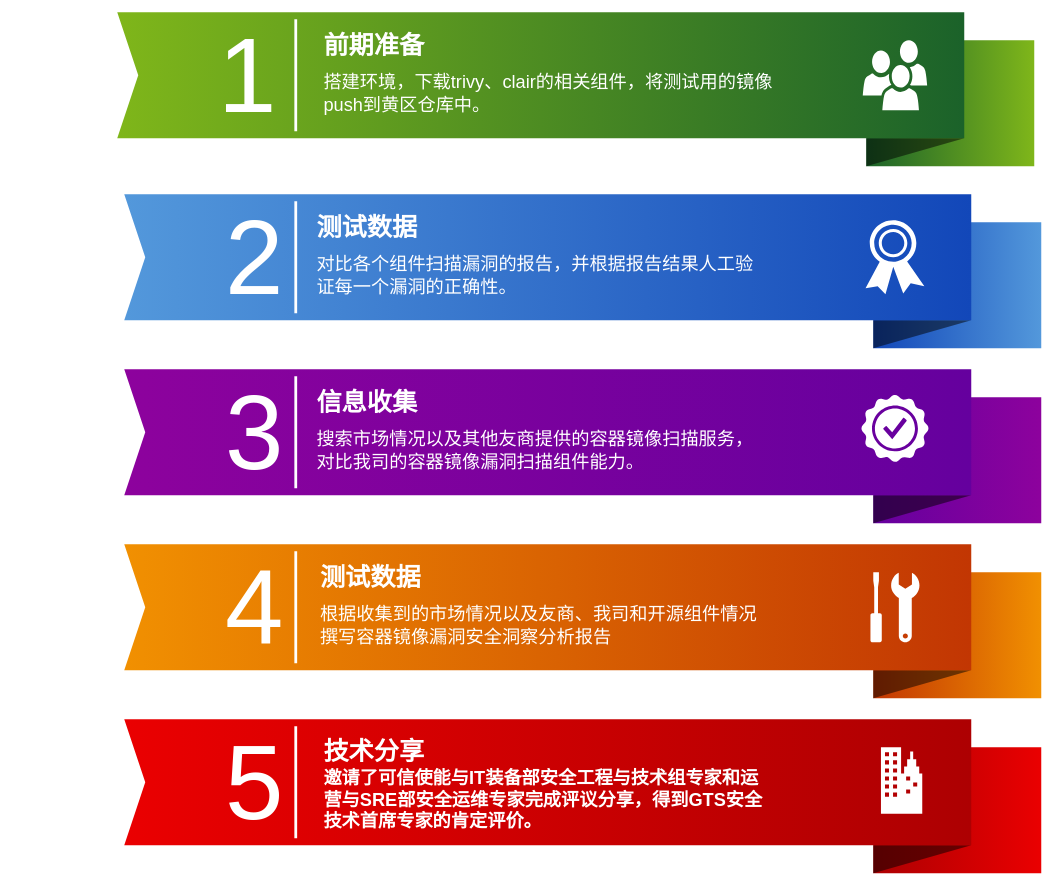
The draw.io diagram 未命名绘图.drawio in YunZh1Jun/tmp, before the edit. Source tidied: cells renumbered, new cells numbered last; positions are measured from the earlier drawing's top-left corner, leaving out a move shared by most shapes. Both pictures are drawn from the tidied source at 70%, with x=0, y=0 at pixel (117, 12).
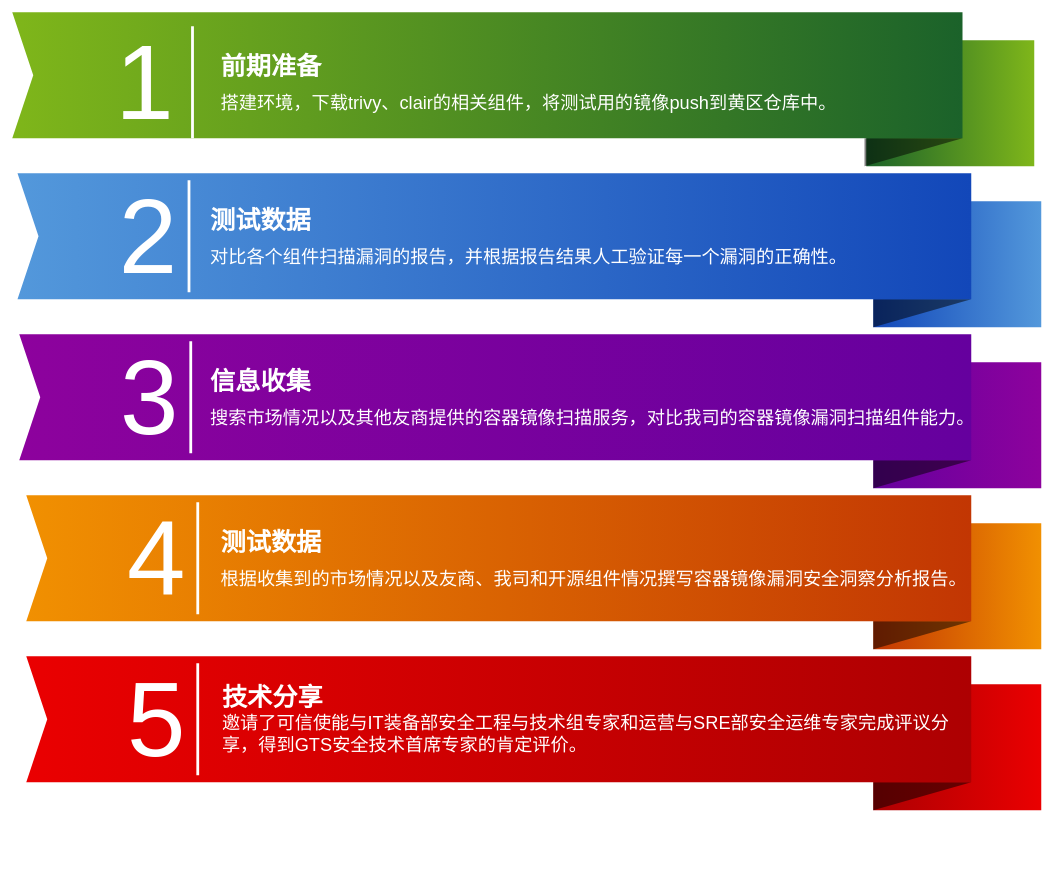
The same diagram, later.

Commit message (it also covers changes not shown here):
更新未命名绘图.drawio

Change to the diagram source:
```diff
@@
     <mxCell id="3" style="verticalLabelPosition=bottom;verticalAlign=top;html=1;strokeWidth=1;shape=mxgraph.basic.orthogonal_triangle;rounded=0;shadow=0;dashed=0;fontFamily=Tahoma;fontSize=10;fontColor=#FFFFFF;flipV=1;fillColor=#000000;strokeColor=none;opacity=50;" parent="1" vertex="1">
-      <mxGeometry x="1070" y="180" width="140" height="40" as="geometry" />
+      <mxGeometry x="1067.5" y="180" width="140" height="40" as="geometry" />
     </mxCell>
     <mxCell id="4" style="whiteSpace=wrap;html=1;rounded=0;shadow=0;dashed=0;strokeWidth=1;fontFamily=Tahoma;fontSize=10;fontColor=#FFFFFF;strokeColor=none;fillColor=#5398DB;gradientColor=#1247B9;gradientDirection=west;" parent="1" vertex="1">
-      <mxGeometry x="1080" y="300" width="240" height="180" as="geometry" />
+      <mxGeometry x="1080" y="270" width="240" height="180" as="geometry" />
     </mxCell>
     <mxCell id="5" style="verticalLabelPosition=bottom;verticalAlign=top;html=1;strokeWidth=1;shape=mxgraph.basic.orthogonal_triangle;rounded=0;shadow=0;dashed=0;fontFamily=Tahoma;fontSize=10;fontColor=#FFFFFF;flipV=1;fillColor=#000000;strokeColor=none;opacity=50;" parent="1" vertex="1">
-      <mxGeometry x="1080" y="440" width="140" height="40" as="geometry" />
+      <mxGeometry x="1080" y="410" width="140" height="40" as="geometry" />
     </mxCell>
     <mxCell id="6" style="whiteSpace=wrap;html=1;rounded=0;shadow=0;dashed=0;strokeWidth=1;fontFamily=Tahoma;fontSize=10;fontColor=#FFFFFF;strokeColor=none;fillColor=#8D029D;gradientColor=#65009E;gradientDirection=west;" parent="1" vertex="1">
-      <mxGeometry x="1080" y="550" width="240" height="180" as="geometry" />
+      <mxGeometry x="1080" y="500" width="240" height="180" as="geometry" />
     </mxCell>
     <mxCell id="7" style="verticalLabelPosition=bottom;verticalAlign=top;html=1;strokeWidth=1;shape=mxgraph.basic.orthogonal_triangle;rounded=0;shadow=0;dashed=0;fontFamily=Tahoma;fontSize=10;fontColor=#FFFFFF;flipV=1;fillColor=#000000;strokeColor=none;opacity=50;" parent="1" vertex="1">
-      <mxGeometry x="1080" y="690" width="140" height="40" as="geometry" />
+      <mxGeometry x="1080" y="640" width="140" height="40" as="geometry" />
     </mxCell>
     <mxCell id="8" style="whiteSpace=wrap;html=1;rounded=0;shadow=0;dashed=0;strokeWidth=1;fontFamily=Tahoma;fontSize=10;fontColor=#FFFFFF;strokeColor=none;fillColor=#F19001;gradientColor=#C23603;gradientDirection=west;" parent="1" vertex="1">
-      <mxGeometry x="1080" y="800" width="240" height="180" as="geometry" />
+      <mxGeometry x="1080" y="730" width="240" height="180" as="geometry" />
     </mxCell>
     <mxCell id="9" style="verticalLabelPosition=bottom;verticalAlign=top;html=1;strokeWidth=1;shape=mxgraph.basic.orthogonal_triangle;rounded=0;shadow=0;dashed=0;fontFamily=Tahoma;fontSize=10;fontColor=#FFFFFF;flipV=1;fillColor=#000000;strokeColor=none;opacity=50;" parent="1" vertex="1">
-      <mxGeometry x="1080" y="940" width="140" height="40" as="geometry" />
+      <mxGeometry x="1080" y="870" width="140" height="40" as="geometry" />
     </mxCell>
     <mxCell id="10" style="whiteSpace=wrap;html=1;rounded=0;shadow=0;dashed=0;strokeWidth=1;fontFamily=Tahoma;fontSize=10;fontColor=#FFFFFF;strokeColor=none;fillColor=#EA0001;gradientColor=#AD0002;gradientDirection=west;" parent="1" vertex="1">
-      <mxGeometry x="1080" y="1050" width="240" height="180" as="geometry" />
+      <mxGeometry x="1080" y="960" width="240" height="180" as="geometry" />
     </mxCell>
     <mxCell id="11" style="verticalLabelPosition=bottom;verticalAlign=top;html=1;strokeWidth=1;shape=mxgraph.basic.orthogonal_triangle;rounded=0;shadow=0;dashed=0;fontFamily=Tahoma;fontSize=10;fontColor=#FFFFFF;flipV=1;fillColor=#000000;strokeColor=none;opacity=50;" parent="1" vertex="1">
-      <mxGeometry x="1080" y="1190" width="140" height="40" as="geometry" />
+      <mxGeometry x="1080" y="1100" width="140" height="40" as="geometry" />
     </mxCell>
     <mxCell id="12" style="html=1;shadow=0;dashed=0;align=center;verticalAlign=middle;shape=mxgraph.arrows2.arrow;dy=0;dx=0;notch=30;rounded=0;strokeColor=none;strokeWidth=1;fillColor=#7FB61A;fontFamily=Tahoma;fontSize=10;fontColor=#FFFFFF;gradientColor=#1B622A;gradientDirection=east;" parent="1" vertex="1">
-      <mxGeometry width="1210" height="180" as="geometry" />
+      <mxGeometry x="-150" width="1357.5" height="180" as="geometry" />
     </mxCell>
     <mxCell id="13" style="html=1;shadow=0;dashed=0;align=center;verticalAlign=middle;shape=mxgraph.arrows2.arrow;dy=0;dx=0;notch=30;rounded=0;strokeColor=none;strokeWidth=1;fillColor=#5398DB;fontFamily=Tahoma;fontSize=10;fontColor=#FFFFFF;gradientColor=#1247B9;gradientDirection=east;" parent="1" vertex="1">
-      <mxGeometry x="10" y="260" width="1210" height="180" as="geometry" />
+      <mxGeometry x="-142.5" y="230" width="1362.5" height="180" as="geometry" />
     </mxCell>
     <mxCell id="14" style="html=1;shadow=0;dashed=0;align=center;verticalAlign=middle;shape=mxgraph.arrows2.arrow;dy=0;dx=0;notch=30;rounded=0;strokeColor=none;strokeWidth=1;fillColor=#8D029D;fontFamily=Tahoma;fontSize=10;fontColor=#FFFFFF;gradientColor=#65009E;gradientDirection=east;" parent="1" vertex="1">
-      <mxGeometry x="10" y="510" width="1210" height="180" as="geometry" />
+      <mxGeometry x="-140" y="460" width="1360" height="180" as="geometry" />
     </mxCell>
     <mxCell id="15" style="html=1;shadow=0;dashed=0;align=center;verticalAlign=middle;shape=mxgraph.arrows2.arrow;dy=0;dx=0;notch=30;rounded=0;strokeColor=none;strokeWidth=1;fillColor=#F19001;fontFamily=Tahoma;fontSize=10;fontColor=#FFFFFF;gradientColor=#C23603;gradientDirection=east;" parent="1" vertex="1">
-      <mxGeometry x="10" y="760" width="1210" height="180" as="geometry" />
+      <mxGeometry x="-130" y="690" width="1350" height="180" as="geometry" />
     </mxCell>
     <mxCell id="16" style="html=1;shadow=0;dashed=0;align=center;verticalAlign=middle;shape=mxgraph.arrows2.arrow;dy=0;dx=0;notch=30;rounded=0;strokeColor=none;strokeWidth=1;fillColor=#EA0001;fontFamily=Tahoma;fontSize=10;fontColor=#FFFFFF;gradientColor=#AD0002;gradientDirection=east;" parent="1" vertex="1">
-      <mxGeometry x="10" y="1010" width="1210" height="180" as="geometry" />
+      <mxGeometry x="-130" y="920" width="1350" height="180" as="geometry" />
     </mxCell>
     <mxCell id="17" value="1" style="text;html=1;strokeColor=none;fillColor=none;align=right;verticalAlign=middle;whiteSpace=wrap;rounded=0;shadow=0;dashed=0;fontFamily=Helvetica;fontSize=150;fontColor=#FFFFFF;" parent="1" vertex="1">
-      <mxGeometry x="30" width="200" height="180" as="geometry" />
+      <mxGeometry x="-117.5" y="10" width="200" height="180" as="geometry" />
     </mxCell>
     <mxCell id="18" value="2" style="text;html=1;strokeColor=none;fillColor=none;align=right;verticalAlign=middle;whiteSpace=wrap;rounded=0;shadow=0;dashed=0;fontFamily=Helvetica;fontSize=150;fontColor=#FFFFFF;" parent="1" vertex="1">
-      <mxGeometry x="40" y="260" width="200" height="180" as="geometry" />
+      <mxGeometry x="-112.5" y="230" width="200" height="180" as="geometry" />
     </mxCell>
     <mxCell id="19" value="3" style="text;html=1;strokeColor=none;fillColor=none;align=right;verticalAlign=middle;whiteSpace=wrap;rounded=0;shadow=0;dashed=0;fontFamily=Helvetica;fontSize=150;fontColor=#FFFFFF;" parent="1" vertex="1">
-      <mxGeometry x="40" y="510" width="200" height="180" as="geometry" />
+      <mxGeometry x="-110" y="460" width="200" height="180" as="geometry" />
     </mxCell>
     <mxCell id="20" value="4" style="text;html=1;strokeColor=none;fillColor=none;align=right;verticalAlign=middle;whiteSpace=wrap;rounded=0;shadow=0;dashed=0;fontFamily=Helvetica;fontSize=150;fontColor=#FFFFFF;" parent="1" vertex="1">
-      <mxGeometry x="40" y="760" width="200" height="180" as="geometry" />
+      <mxGeometry x="-100" y="690" width="200" height="180" as="geometry" />
     </mxCell>
     <mxCell id="21" value="5" style="text;html=1;strokeColor=none;fillColor=none;align=right;verticalAlign=middle;whiteSpace=wrap;rounded=0;shadow=0;dashed=0;fontFamily=Helvetica;fontSize=150;fontColor=#FFFFFF;" parent="1" vertex="1">
-      <mxGeometry x="40" y="1010" width="200" height="180" as="geometry" />
+      <mxGeometry x="-100" y="920" width="200" height="180" as="geometry" />
     </mxCell>
     <mxCell id="22" style="line;strokeWidth=4;direction=south;html=1;rounded=0;shadow=0;dashed=0;fillColor=none;gradientColor=#AD0002;fontFamily=Helvetica;fontSize=150;fontColor=#FFFFFF;align=right;strokeColor=#FFFFFF;" parent="1" vertex="1">
-      <mxGeometry x="250" y="10" width="10" height="160" as="geometry" />
+      <mxGeometry x="102.5" y="20" width="10" height="160" as="geometry" />
     </mxCell>
     <mxCell id="23" style="line;strokeWidth=4;direction=south;html=1;rounded=0;shadow=0;dashed=0;fillColor=none;gradientColor=#AD0002;fontFamily=Helvetica;fontSize=150;fontColor=#FFFFFF;align=right;strokeColor=#FFFFFF;" parent="1" vertex="1">
-      <mxGeometry x="250" y="270" width="10" height="160" as="geometry" />
+      <mxGeometry x="97.5" y="240" width="10" height="160" as="geometry" />
     </mxCell>
     <mxCell id="24" style="line;strokeWidth=4;direction=south;html=1;rounded=0;shadow=0;dashed=0;fillColor=none;gradientColor=#AD0002;fontFamily=Helvetica;fontSize=150;fontColor=#FFFFFF;align=right;strokeColor=#FFFFFF;" parent="1" vertex="1">
-      <mxGeometry x="250" y="520" width="10" height="160" as="geometry" />
+      <mxGeometry x="100" y="470" width="10" height="160" as="geometry" />
     </mxCell>
     <mxCell id="25" style="line;strokeWidth=4;direction=south;html=1;rounded=0;shadow=0;dashed=0;fillColor=none;gradientColor=#AD0002;fontFamily=Helvetica;fontSize=150;fontColor=#FFFFFF;align=right;strokeColor=#FFFFFF;" parent="1" vertex="1">
-      <mxGeometry x="250" y="770" width="10" height="160" as="geometry" />
+      <mxGeometry x="110" y="700" width="10" height="160" as="geometry" />
     </mxCell>
     <mxCell id="26" style="line;strokeWidth=4;direction=south;html=1;rounded=0;shadow=0;dashed=0;fillColor=none;gradientColor=#AD0002;fontFamily=Helvetica;fontSize=150;fontColor=#FFFFFF;align=right;strokeColor=#FFFFFF;" parent="1" vertex="1">
-      <mxGeometry x="250" y="1020" width="10" height="160" as="geometry" />
+      <mxGeometry x="110" y="930" width="10" height="160" as="geometry" />
     </mxCell>
     <mxCell id="27" value="&lt;h1&gt;&lt;p style=&quot;margin-top: 0pt; margin-bottom: 0pt; margin-left: 0in; direction: ltr; unicode-bidi: embed; word-break: normal;&quot;&gt;&lt;font style=&quot;font-size: 36px;&quot;&gt;前期准备&lt;/font&gt;&lt;/p&gt;&lt;/h1&gt;&lt;p style=&quot;margin-top: 0pt; margin-bottom: 0pt; margin-left: 0in; direction: ltr; unicode-bidi: embed; word-break: normal; font-size: 26px;&quot;&gt;搭建环境，下载&lt;span style=&quot;font-family: 黑体;&quot;&gt;trivy&lt;/span&gt;&lt;span style=&quot;font-family: 黑体;&quot;&gt;、&lt;/span&gt;&lt;span style=&quot;font-family: 黑体;&quot;&gt;clair&lt;/span&gt;&lt;span style=&quot;font-family: 黑体;&quot;&gt;的相关组件，将测试用的镜像&lt;/span&gt;&lt;span style=&quot;font-family: 黑体;&quot;&gt;push&lt;/span&gt;&lt;span style=&quot;font-family: 黑体;&quot;&gt;到黄区仓库中。&lt;/span&gt;&lt;/p&gt;" style="text;html=1;strokeColor=none;fillColor=none;spacing=5;spacingTop=-20;whiteSpace=wrap;overflow=hidden;rounded=0;shadow=0;dashed=0;fontFamily=Helvetica;fontSize=12;fontColor=#FFFFFF;align=left;" parent="1" vertex="1">
-      <mxGeometry x="290" y="20" width="650" height="140" as="geometry" />
+      <mxGeometry x="142.5" y="50" width="937.5" height="140" as="geometry" />
     </mxCell>
-    <mxCell id="28" style="shadow=0;dashed=0;html=1;strokeColor=none;fillColor=#FFFFFF;labelPosition=center;verticalLabelPosition=bottom;verticalAlign=top;shape=mxgraph.office.users.users;rounded=0;fontFamily=Helvetica;fontSize=12;fontColor=#FFFFFF;align=left;" parent="1" vertex="1">
-      <mxGeometry x="1065" y="40" width="92" height="100" as="geometry" />
-    </mxCell>
-    <mxCell id="29" style="shadow=0;dashed=0;html=1;strokeColor=none;fillColor=#FFFFFF;labelPosition=center;verticalLabelPosition=bottom;verticalAlign=top;shape=mxgraph.office.security.token;rounded=0;fontFamily=Helvetica;fontSize=12;fontColor=#FFFFFF;align=left;" parent="1" vertex="1">
-      <mxGeometry x="1069" y="297" width="84" height="106" as="geometry" />
-    </mxCell>
-    <mxCell id="30" style="shadow=0;dashed=0;html=1;strokeColor=none;fillColor=#FFFFFF;labelPosition=center;verticalLabelPosition=bottom;verticalAlign=top;shape=mxgraph.office.concepts.best_practices;rounded=0;fontFamily=Helvetica;fontSize=12;fontColor=#FFFFFF;align=left;" parent="1" vertex="1">
-      <mxGeometry x="1062.5" y="546" width="97" height="97" as="geometry" />
-    </mxCell>
-    <mxCell id="31" style="shadow=0;dashed=0;html=1;strokeColor=none;fillColor=#FFFFFF;labelPosition=center;verticalLabelPosition=bottom;verticalAlign=top;shape=mxgraph.office.concepts.maintenance;rounded=0;fontFamily=Helvetica;fontSize=12;fontColor=#FFFFFF;align=left;" parent="1" vertex="1">
-      <mxGeometry x="1076" y="800" width="70" height="100" as="geometry" />
-    </mxCell>
-    <mxCell id="32" style="shadow=0;dashed=0;html=1;strokeColor=none;fillColor=#FFFFFF;labelPosition=center;verticalLabelPosition=bottom;verticalAlign=top;shape=mxgraph.office.concepts.on_premises;rounded=0;fontFamily=Helvetica;fontSize=12;fontColor=#FFFFFF;align=left;" parent="1" vertex="1">
-      <mxGeometry x="1091" y="1050" width="59" height="95" as="geometry" />
-    </mxCell>
     <mxCell id="33" value="&lt;h1&gt;&lt;p style=&quot;margin-top: 0pt; margin-bottom: 0pt; margin-left: 0in; direction: ltr; unicode-bidi: embed; word-break: normal;&quot;&gt;&lt;font style=&quot;font-size: 36px;&quot;&gt;测试数据&lt;/font&gt;&lt;/p&gt;&lt;/h1&gt;&lt;p style=&quot;margin-top: 0pt; margin-bottom: 0pt; margin-left: 0in; direction: ltr; unicode-bidi: embed; word-break: normal;&quot;&gt;&lt;span style=&quot;background-color: initial; font-size: 26px;&quot;&gt;对比各个组件扫描漏洞的报告，并根据报告结果人工验证每一个漏洞的正确性。&lt;/span&gt;&lt;/p&gt;&lt;div&gt;&lt;span style=&quot;background-color: initial;&quot;&gt;&lt;br&gt;&lt;/span&gt;&lt;/div&gt;" style="text;html=1;strokeColor=none;fillColor=none;spacing=5;spacingTop=-20;whiteSpace=wrap;overflow=hidden;rounded=0;shadow=0;dashed=0;fontFamily=Helvetica;fontSize=12;fontColor=#FFFFFF;align=left;" parent="1" vertex="1">
-      <mxGeometry x="280" y="280" width="640" height="140" as="geometry" />
+      <mxGeometry x="127.5" y="270" width="932.5" height="140" as="geometry" />
     </mxCell>
     <mxCell id="34" value="&lt;h1&gt;&lt;p style=&quot;margin-top: 0pt; margin-bottom: 0pt; margin-left: 0in; direction: ltr; unicode-bidi: embed; word-break: normal;&quot;&gt;&lt;font style=&quot;font-size: 36px;&quot;&gt;信息收集&lt;/font&gt;&lt;/p&gt;&lt;/h1&gt;&lt;p style=&quot;margin-top: 0pt; margin-bottom: 0pt; margin-left: 0in; direction: ltr; unicode-bidi: embed; word-break: normal;&quot;&gt;&lt;font style=&quot;font-size: 26px;&quot;&gt;搜索市场情况以及其他友商提供的容器镜像扫描服务，对比我司的容器镜像漏洞扫描组件能力。&lt;/font&gt;&lt;/p&gt;&lt;div style=&quot;font-size: 24px;&quot;&gt;&lt;br&gt;&lt;/div&gt;&lt;div&gt;&lt;span style=&quot;background-color: initial;&quot;&gt;&lt;br&gt;&lt;/span&gt;&lt;/div&gt;" style="text;html=1;strokeColor=none;fillColor=none;spacing=5;spacingTop=-20;whiteSpace=wrap;overflow=hidden;rounded=0;shadow=0;dashed=0;fontFamily=Helvetica;fontSize=12;fontColor=#FFFFFF;align=left;" parent="1" vertex="1">
-      <mxGeometry x="280" y="530" width="640" height="140" as="geometry" />
+      <mxGeometry x="127.5" y="500" width="1100" height="140" as="geometry" />
     </mxCell>
-    <mxCell id="35" value="&lt;h1&gt;&lt;p style=&quot;margin-top: 0pt; margin-bottom: 0pt; margin-left: 0in; direction: ltr; unicode-bidi: embed; word-break: normal;&quot;&gt;&lt;font style=&quot;font-size: 36px;&quot;&gt;测试数据&lt;/font&gt;&lt;/p&gt;&lt;/h1&gt;&lt;p style=&quot;margin-top: 0pt; margin-bottom: 0pt; margin-left: 0in; direction: ltr; unicode-bidi: embed; word-break: normal; font-size: 26px;&quot;&gt;&lt;font style=&quot;font-size: 26px;&quot;&gt;根据收集到的市场情况以及友商、我司和开源组件情况撰写容器镜像漏洞安全洞察分析报告&lt;/font&gt;&lt;/p&gt;&lt;div style=&quot;font-size: 26px;&quot;&gt;&lt;br&gt;&lt;/div&gt;&lt;div&gt;&lt;span style=&quot;background-color: initial;&quot;&gt;&lt;br&gt;&lt;/span&gt;&lt;/div&gt;" style="text;html=1;strokeColor=none;fillColor=none;spacing=5;spacingTop=-20;whiteSpace=wrap;overflow=hidden;rounded=0;shadow=0;dashed=0;fontFamily=Helvetica;fontSize=12;fontColor=#FFFFFF;align=left;" parent="1" vertex="1">
-      <mxGeometry x="285" y="780" width="640" height="140" as="geometry" />
+    <mxCell id="35" value="&lt;h1&gt;&lt;p style=&quot;margin-top: 0pt; margin-bottom: 0pt; margin-left: 0in; direction: ltr; unicode-bidi: embed; word-break: normal;&quot;&gt;&lt;font style=&quot;font-size: 36px;&quot;&gt;测试数据&lt;/font&gt;&lt;/p&gt;&lt;/h1&gt;&lt;p style=&quot;margin-top: 0pt; margin-bottom: 0pt; margin-left: 0in; direction: ltr; unicode-bidi: embed; word-break: normal; font-size: 26px;&quot;&gt;&lt;font style=&quot;font-size: 26px;&quot;&gt;根据收集到的市场情况以及友商、我司和开源组件情况撰写容器镜像漏洞安全洞察分析报告。&lt;/font&gt;&lt;/p&gt;&lt;div style=&quot;font-size: 26px;&quot;&gt;&lt;br&gt;&lt;/div&gt;&lt;div&gt;&lt;span style=&quot;background-color: initial;&quot;&gt;&lt;br&gt;&lt;/span&gt;&lt;/div&gt;" style="text;html=1;strokeColor=none;fillColor=none;spacing=5;spacingTop=-20;whiteSpace=wrap;overflow=hidden;rounded=0;shadow=0;dashed=0;fontFamily=Helvetica;fontSize=12;fontColor=#FFFFFF;align=left;" parent="1" vertex="1">
+      <mxGeometry x="142.5" y="730" width="1085" height="140" as="geometry" />
     </mxCell>
-    <mxCell id="36" value="&lt;h1 style=&quot;font-size: 26px;&quot;&gt;&lt;p style=&quot;margin-top: 0pt; margin-bottom: 0pt; margin-left: 0in; direction: ltr; unicode-bidi: embed; word-break: normal;&quot;&gt;&lt;span style=&quot;font-size: 36px;&quot;&gt;技术分享&lt;/span&gt;&lt;/p&gt;&lt;p style=&quot;margin-top: 0pt; margin-bottom: 0pt; margin-left: 0in; direction: ltr; unicode-bidi: embed; word-break: normal;&quot;&gt;邀请了可信使能与&lt;span style=&quot;font-family: 黑体;&quot;&gt;IT&lt;/span&gt;&lt;span style=&quot;font-family: 黑体;&quot;&gt;装备部安全工程与技术组专家和运营与&lt;/span&gt;&lt;span style=&quot;font-family: 黑体;&quot;&gt;SRE&lt;/span&gt;&lt;span style=&quot;font-family: 黑体;&quot;&gt;部安全运维专家完成评议分享，得到&lt;/span&gt;&lt;span style=&quot;font-family: 黑体;&quot;&gt;GTS&lt;/span&gt;&lt;span style=&quot;font-family: 黑体;&quot;&gt;安全技术首席专家的肯定评价。&lt;/span&gt;&lt;/p&gt;&lt;/h1&gt;" style="text;html=1;strokeColor=none;fillColor=none;spacing=5;spacingTop=-20;whiteSpace=wrap;overflow=hidden;rounded=0;shadow=0;dashed=0;fontFamily=Helvetica;fontSize=12;fontColor=#FFFFFF;align=left;" parent="1" vertex="1">
-      <mxGeometry x="290" y="1027.5" width="640" height="140" as="geometry" />
+    <mxCell id="36" value="&lt;h1 style=&quot;font-size: 26px;&quot;&gt;&lt;p style=&quot;margin-top: 0pt; margin-bottom: 0pt; margin-left: 0in; direction: ltr; unicode-bidi: embed; word-break: normal;&quot;&gt;&lt;span style=&quot;font-size: 36px;&quot;&gt;技术分享&lt;/span&gt;&lt;/p&gt;&lt;p style=&quot;margin-top: 0pt; margin-bottom: 0pt; margin-left: 0in; direction: ltr; unicode-bidi: embed; word-break: normal;&quot;&gt;&lt;span style=&quot;font-weight: normal;&quot;&gt;邀请了可信使能与&lt;span style=&quot;font-family: 黑体;&quot;&gt;IT&lt;/span&gt;&lt;span style=&quot;font-family: 黑体;&quot;&gt;装备部安全工程与技术组专家和运营与&lt;/span&gt;&lt;span style=&quot;font-family: 黑体;&quot;&gt;SRE&lt;/span&gt;&lt;span style=&quot;font-family: 黑体;&quot;&gt;部安全运维专家完成评议分享，得到&lt;/span&gt;&lt;span style=&quot;font-family: 黑体;&quot;&gt;GTS&lt;/span&gt;&lt;span style=&quot;font-family: 黑体;&quot;&gt;安全技术首席专家的肯定评价。&lt;/span&gt;&lt;/span&gt;&lt;/p&gt;&lt;/h1&gt;" style="text;html=1;strokeColor=none;fillColor=none;spacing=5;spacingTop=-20;whiteSpace=wrap;overflow=hidden;rounded=0;shadow=0;dashed=0;fontFamily=Helvetica;fontSize=12;fontColor=#FFFFFF;align=left;" parent="1" vertex="1">
+      <mxGeometry x="145" y="950" width="1090" height="140" as="geometry" />
     </mxCell>
```
